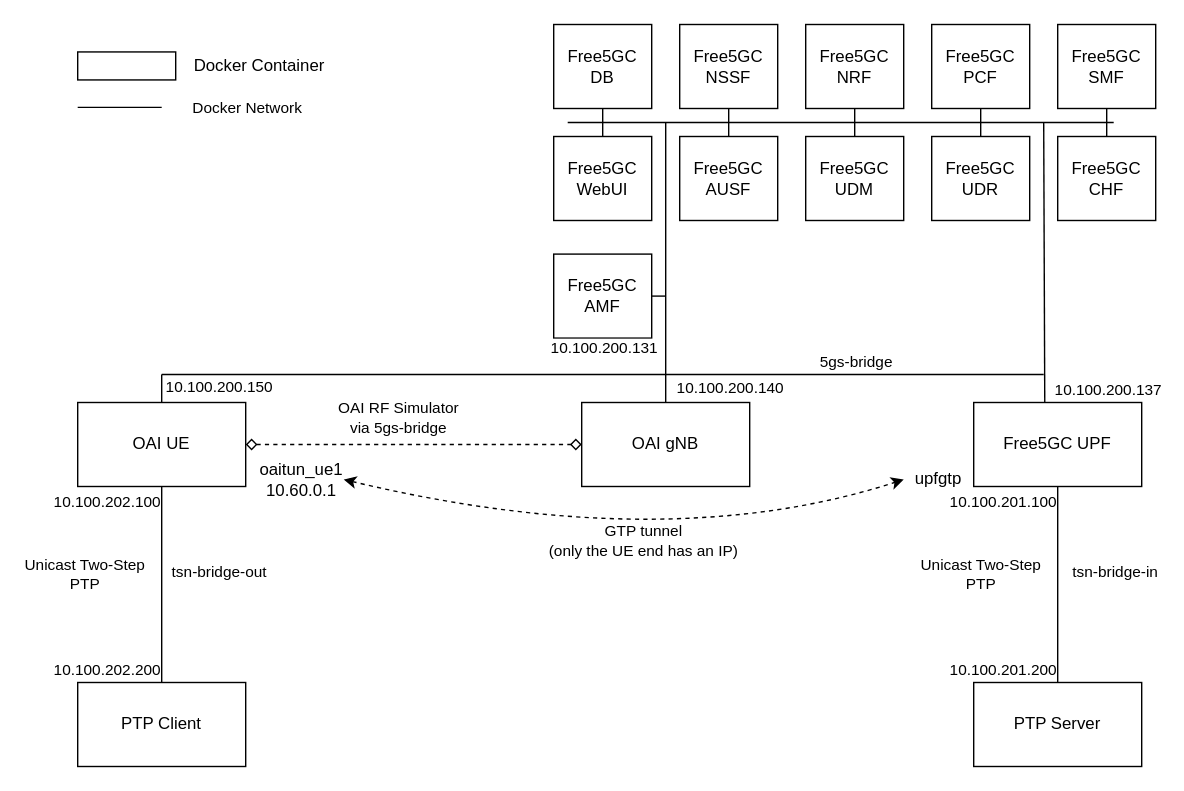
The draw.io diagram docs/structure.drawio in ottoblep/tsn-5g-testbench, before the edit. Source tidied: cells renumbered, new cells numbered last; positions are measured from the earlier drawing's top-left corner, leaving out a move shared by most shapes. Both pictures are drawn from the tidied source at 140%, with x=0, y=0 at pixel (77, 24).
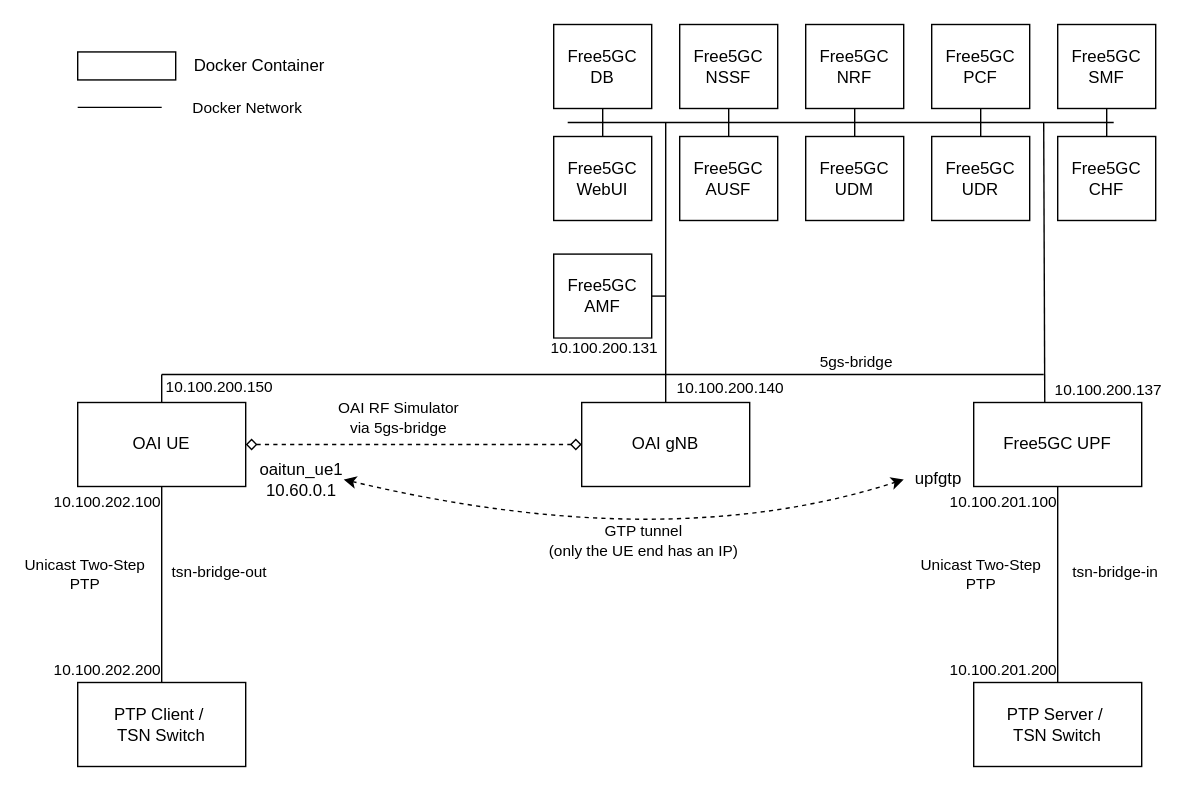
After the change.

Commit message (it also covers changes not shown here):
Add tsn switch to diagram

Change to the diagram source:
```diff
@@
-    <mxCell id="41" value="PTP Client" style="rounded=0;whiteSpace=wrap;html=1;" parent="1" vertex="1">
+    <mxCell id="41" value="PTP Client /&amp;nbsp;&lt;div&gt;TSN Switch&lt;/div&gt;" style="rounded=0;whiteSpace=wrap;html=1;" parent="1" vertex="1">
       <mxGeometry y="470" width="120" height="60" as="geometry" />
     </mxCell>
-    <mxCell id="42" value="PTP Server" style="rounded=0;whiteSpace=wrap;html=1;" parent="1" vertex="1">
+    <mxCell id="42" value="PTP Server /&amp;nbsp;&lt;div&gt;TSN Switch&lt;/div&gt;" style="rounded=0;whiteSpace=wrap;html=1;" parent="1" vertex="1">
       <mxGeometry x="640" y="470" width="120" height="60" as="geometry" />
     </mxCell>
```
